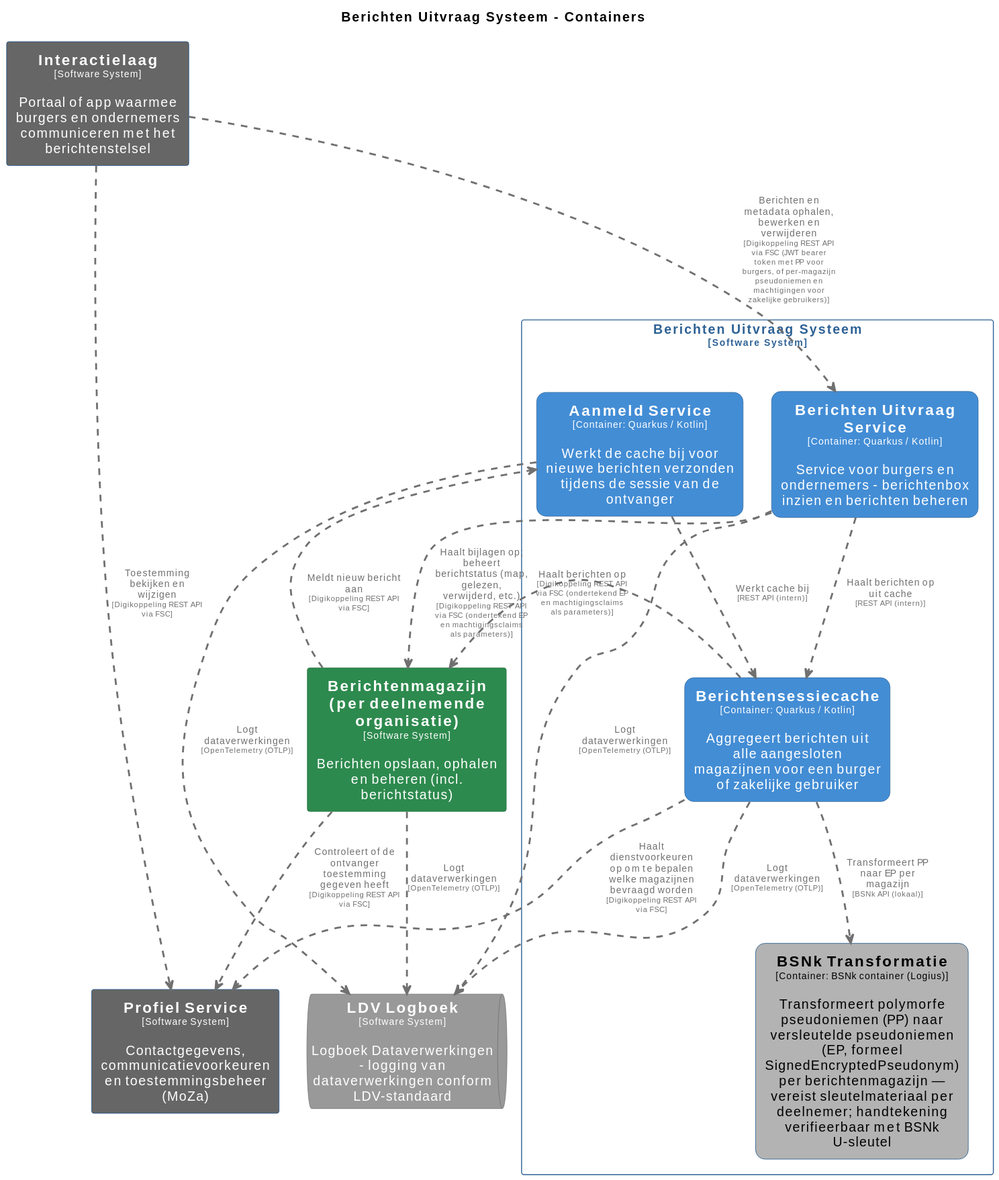
The PlantUML diagram pr-preview/pr-22/master/svg/BerichtenUitvraagSysteemContainers.svg in MinBZK/moza-poc-fbs-berichtenbox, before a commit. Its source is kept beside it as pr-preview/pr-22/master/puml/BerichtenUitvraagSysteemContainers.puml.
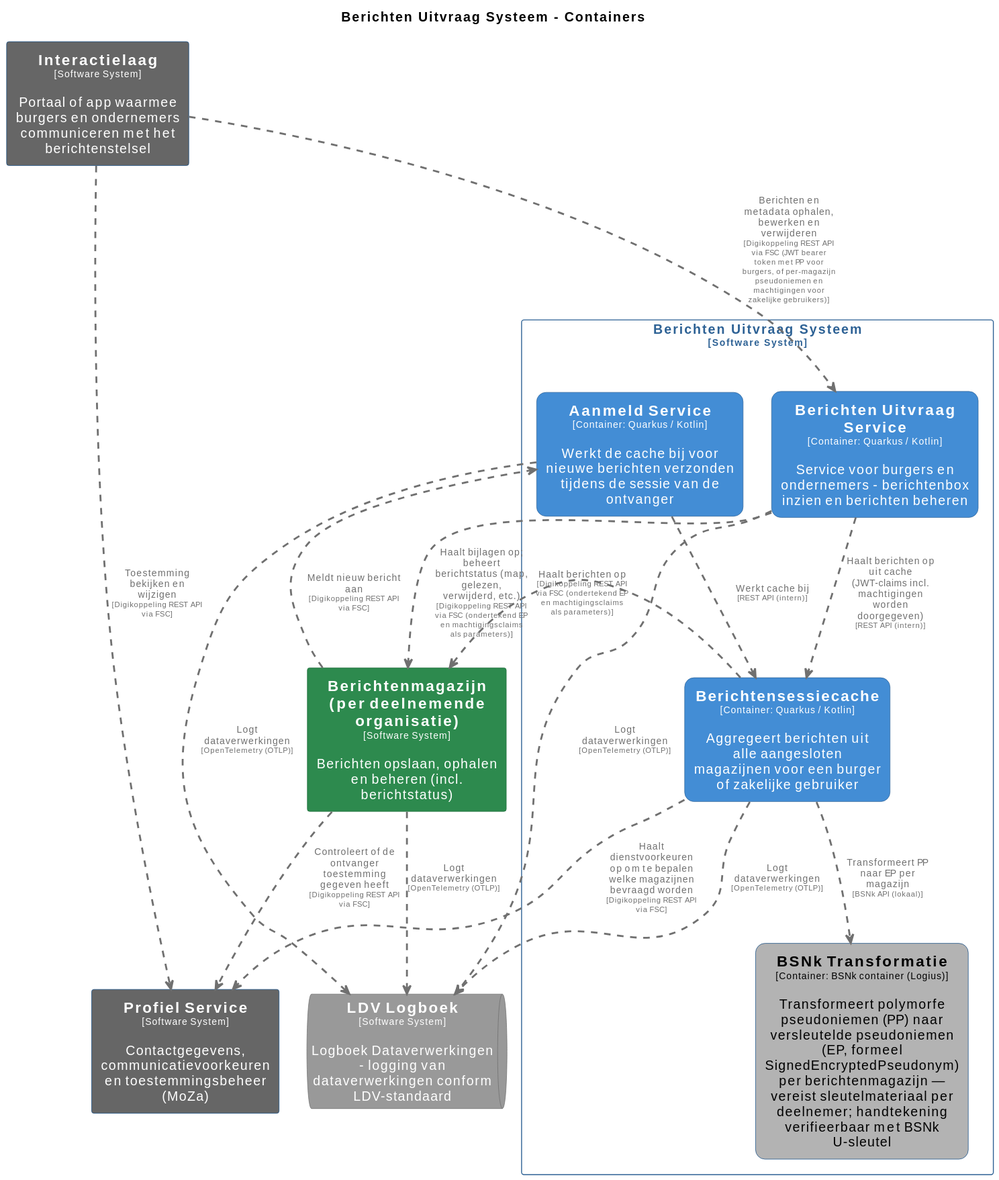
Later version of the same file.

Diff of the diagram source:
```diff
@@ -94,7 +94,7 @@
 BerichtenUitvraagSysteem.AanmeldService .[#707070,thickness=2].> LDVLogboek : "<color:#707070>Logt dataverwerkingen\n<color:#707070><size:8>[OpenTelemetry (OTLP)]</size>"
 BerichtenUitvraagSysteem.Berichtensessiecache .[#707070,thickness=2].> BerichtenUitvraagSysteem.BSNkTransformatie : "<color:#707070>Transformeert PP naar EP per magazijn\n<color:#707070><size:8>[BSNk API (lokaal)]</size>"
 BerichtenUitvraagSysteem.AanmeldService .[#707070,thickness=2].> BerichtenUitvraagSysteem.Berichtensessiecache : "<color:#707070>Werkt cache bij\n<color:#707070><size:8>[REST API (intern)]</size>"
-BerichtenUitvraagSysteem.BerichtenUitvraagService .[#707070,thickness=2].> BerichtenUitvraagSysteem.Berichtensessiecache : "<color:#707070>Haalt berichten op uit cache\n<color:#707070><size:8>[REST API (intern)]</size>"
+BerichtenUitvraagSysteem.BerichtenUitvraagService .[#707070,thickness=2].> BerichtenUitvraagSysteem.Berichtensessiecache : "<color:#707070>Haalt berichten op uit cache (JWT-claims incl. machtigingen worden doorgegeven)\n<color:#707070><size:8>[REST API (intern)]</size>"
 Interactielaag .[#707070,thickness=2].> BerichtenUitvraagSysteem.BerichtenUitvraagService : "<color:#707070>Berichten en metadata ophalen, bewerken en verwijderen\n<color:#707070><size:8>[Digikoppeling REST API via FSC (JWT bearer token met PP voor burgers, of per-magazijn pseudoniemen en machtigingen voor zakelijke gebruikers)]</size>"
 Interactielaag .[#707070,thickness=2].> ProfielService : "<color:#707070>Toestemming bekijken en wijzigen\n<color:#707070><size:8>[Digikoppeling REST API via FSC]</size>"
 BerichtenUitvraagSysteem.BerichtenUitvraagService .[#707070,thickness=2].> Berichtenmagazijnperdeelnemendeorganisatie : "<color:#707070>Haalt bijlagen op; beheert berichtstatus (map, gelezen, verwijderd, etc.)\n<color:#707070><size:8>[Digikoppeling REST API via FSC (ondertekend EP en machtigingsclaims als parameters)]</size>"
```
